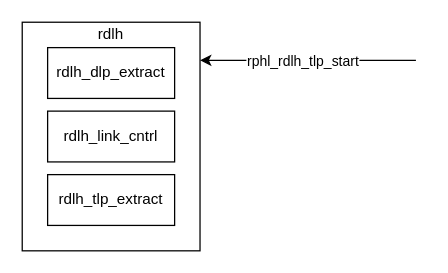
This is page "rdlh" (4 of 6) of Arch.drawio from chen-lekai-7/test, a draw.io file, before an edit. Source tidied: cells renumbered, new cells numbered last; positions are measured from the earlier drawing's top-left corner, leaving out a move shared by most shapes. Both pictures are drawn from the tidied source at 127%, with x=0, y=0 at pixel (22, 22).
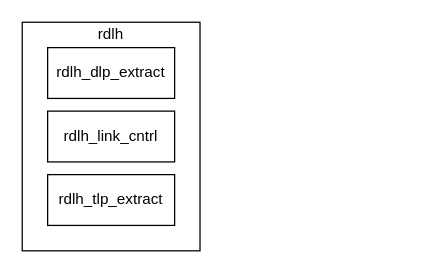
The same diagram, later.

The edit, as a diff of the source:
```diff
@@
 <mxGraphModel>
   <root>
     <mxCell id="0" />
     <mxCell id="1" parent="0" />
     <mxCell id="2" style="rounded=0;whiteSpace=wrap;html=1;" parent="1" vertex="1">
       <mxGeometry width="140" height="180" as="geometry" />
     </mxCell>
     <mxCell id="3" value="rdlh_dlp_extract" style="rounded=0;whiteSpace=wrap;html=1;" parent="1" vertex="1">
       <mxGeometry x="20" y="20" width="100" height="40" as="geometry" />
     </mxCell>
     <mxCell id="4" value="rdlh_link_cntrl" style="rounded=0;whiteSpace=wrap;html=1;" parent="1" vertex="1">
       <mxGeometry x="20" y="70" width="100" height="40" as="geometry" />
     </mxCell>
     <mxCell id="5" value="rdlh_tlp_extract" style="rounded=0;whiteSpace=wrap;html=1;" parent="1" vertex="1">
       <mxGeometry x="20" y="120" width="100" height="40" as="geometry" />
     </mxCell>
     <mxCell id="6" value="rdlh" style="text;html=1;whiteSpace=wrap;strokeColor=none;fillColor=none;align=center;verticalAlign=middle;rounded=0;" parent="1" vertex="1">
       <mxGeometry x="50" width="40" height="20" as="geometry" />
     </mxCell>
-    <mxCell id="7" style="endArrow=classic;html=1;rounded=0;" parent="1" edge="1">
-      <mxGeometry relative="1" as="geometry">
-        <mxPoint x="310" y="30" as="sourcePoint" />
-        <mxPoint x="140" y="30" as="targetPoint" />
-      </mxGeometry>
-    </mxCell>
-    <mxCell id="8" value="rphl_rdlh_tlp_start" style="edgeLabel;html=1;align=center;verticalAlign=middle;" parent="7" vertex="1">
-      <mxGeometry relative="1" as="geometry">
-        <mxPoint x="-5" as="offset" />
-      </mxGeometry>
-    </mxCell>
   </root>
 </mxGraphModel>
```
